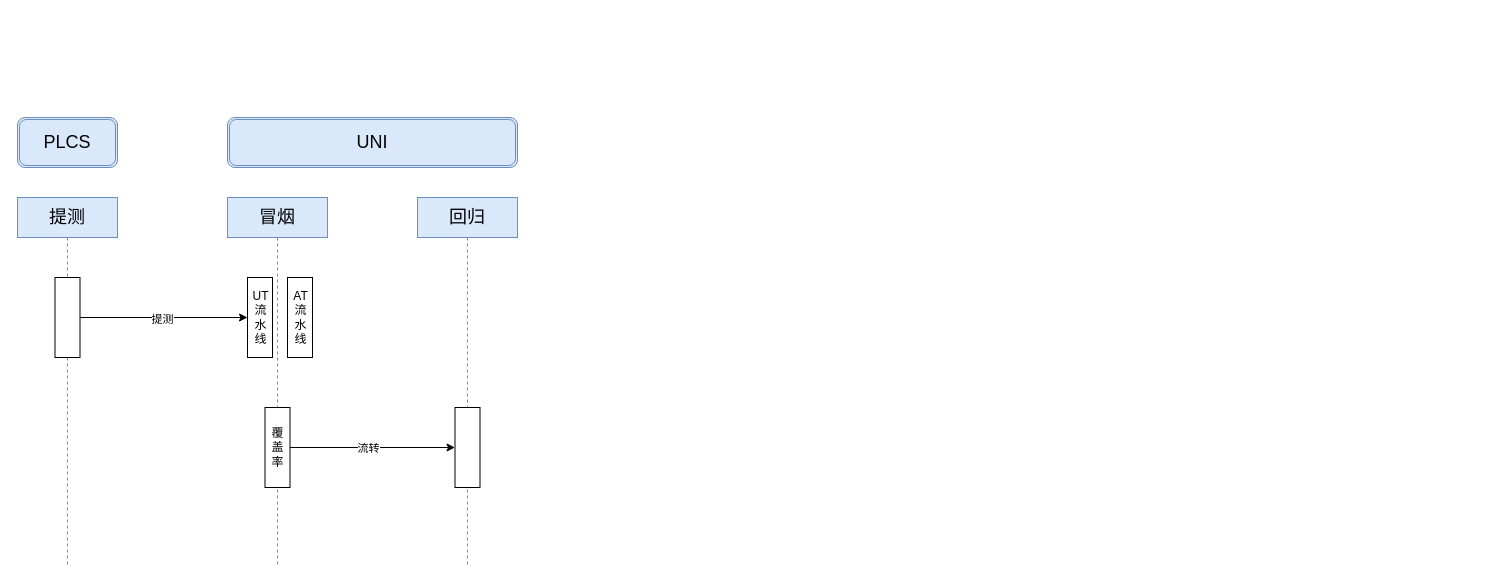
The draw.io diagram 唯品会/快验.drawio in CoconutLoveCoffee/diagrams, before the edit. Source tidied: cells renumbered, new cells numbered last; positions are measured from the earlier drawing's top-left corner, leaving out a move shared by most shapes. Both pictures are drawn from the tidied source at 100%, with x=0, y=0 at pixel (17, 117).
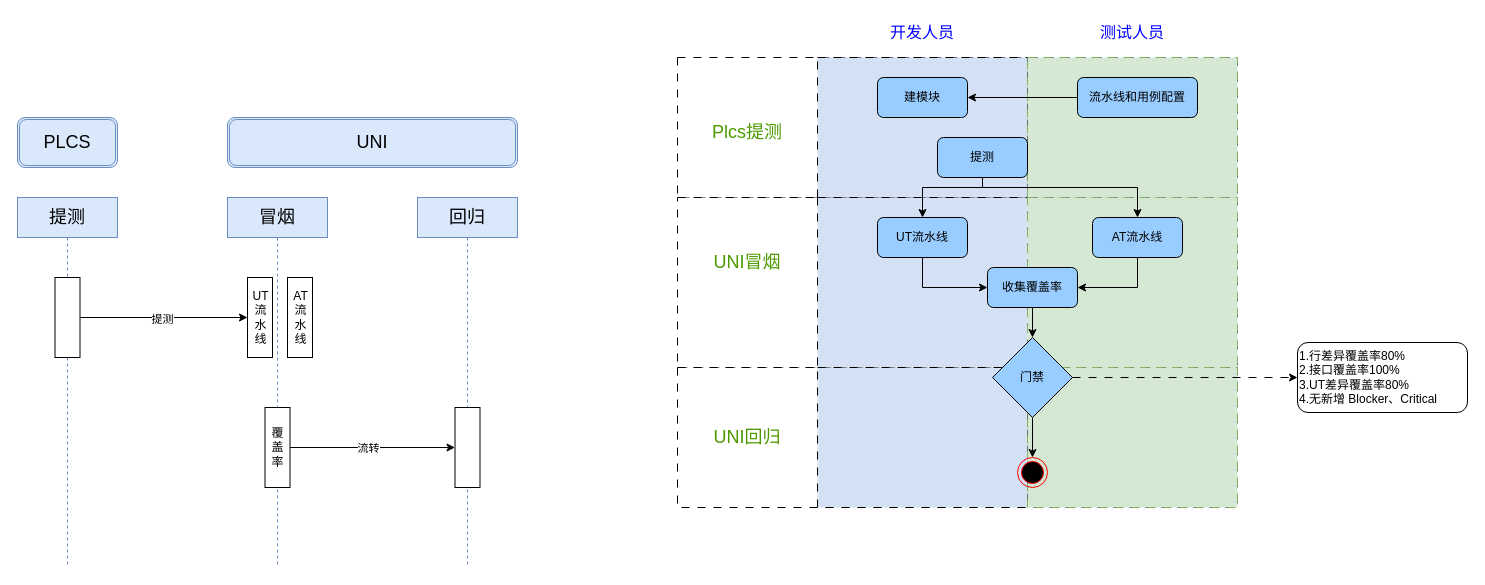
The same page after the edit.

Diff of the diagram source:
```diff
@@
+    <mxCell id="16" style="rounded=0;whiteSpace=wrap;html=1;dashed=1;dashPattern=8 8;" parent="1" vertex="1">
+      <mxGeometry x="660" y="-60" width="560" height="140" as="geometry" />
+    </mxCell>
@@
+    <mxCell id="17" style="rounded=0;whiteSpace=wrap;html=1;dashed=1;dashPattern=8 8;fillColor=#D4E1F5;" parent="1" vertex="1">
+      <mxGeometry x="800" y="-60" width="210" height="140" as="geometry" />
+    </mxCell>
+    <mxCell id="18" style="rounded=0;whiteSpace=wrap;html=1;dashed=1;dashPattern=8 8;fillColor=#d5e8d4;strokeColor=#82b366;" parent="1" vertex="1">
+      <mxGeometry x="1010" y="-60" width="210" height="140" as="geometry" />
+    </mxCell>
+    <mxCell id="19" style="rounded=0;whiteSpace=wrap;html=1;dashed=1;dashPattern=8 8;" parent="1" vertex="1">
+      <mxGeometry x="660" y="80" width="560" height="170" as="geometry" />
+    </mxCell>
+    <mxCell id="20" style="rounded=0;whiteSpace=wrap;html=1;dashed=1;dashPattern=8 8;fillColor=#D4E1F5;" parent="1" vertex="1">
+      <mxGeometry x="800" y="80" width="210" height="170" as="geometry" />
+    </mxCell>
+    <mxCell id="21" style="rounded=0;whiteSpace=wrap;html=1;dashed=1;dashPattern=8 8;fillColor=#d5e8d4;strokeColor=#82b366;" parent="1" vertex="1">
+      <mxGeometry x="1010" y="80" width="210" height="170" as="geometry" />
+    </mxCell>
+    <mxCell id="22" style="rounded=0;whiteSpace=wrap;html=1;dashed=1;dashPattern=8 8;" parent="1" vertex="1">
+      <mxGeometry x="660" y="250" width="560" height="140" as="geometry" />
+    </mxCell>
+    <mxCell id="23" style="rounded=0;whiteSpace=wrap;html=1;dashed=1;dashPattern=8 8;fillColor=#D4E1F5;" parent="1" vertex="1">
+      <mxGeometry x="800" y="250" width="210" height="140" as="geometry" />
+    </mxCell>
+    <mxCell id="24" style="rounded=0;whiteSpace=wrap;html=1;dashed=1;dashPattern=8 8;fillColor=#d5e8d4;strokeColor=#82b366;" parent="1" vertex="1">
+      <mxGeometry x="1010" y="250" width="210" height="140" as="geometry" />
+    </mxCell>
+    <mxCell id="25" value="&lt;font color=&quot;#4d9900&quot; style=&quot;font-size: 18px;&quot;&gt;Plcs提测&lt;/font&gt;" style="text;html=1;align=center;verticalAlign=middle;whiteSpace=wrap;rounded=0;" parent="1" vertex="1">
+      <mxGeometry x="670" width="120" height="30" as="geometry" />
+    </mxCell>
+    <mxCell id="26" value="&lt;font color=&quot;#4d9900&quot; style=&quot;font-size: 18px;&quot;&gt;UNI冒烟&lt;/font&gt;" style="text;html=1;align=center;verticalAlign=middle;whiteSpace=wrap;rounded=0;" parent="1" vertex="1">
+      <mxGeometry x="670" y="130" width="120" height="30" as="geometry" />
+    </mxCell>
+    <mxCell id="27" value="&lt;font color=&quot;#4d9900&quot; style=&quot;font-size: 18px;&quot;&gt;UNI回归&lt;/font&gt;" style="text;html=1;align=center;verticalAlign=middle;whiteSpace=wrap;rounded=0;" parent="1" vertex="1">
+      <mxGeometry x="670" y="305" width="120" height="30" as="geometry" />
+    </mxCell>
+    <mxCell id="28" value="&lt;font color=&quot;#0000ff&quot; style=&quot;font-size: 16px;&quot;&gt;开发人员&lt;/font&gt;" style="text;html=1;align=center;verticalAlign=middle;whiteSpace=wrap;rounded=0;" parent="1" vertex="1">
+      <mxGeometry x="845" y="-100" width="120" height="30" as="geometry" />
+    </mxCell>
+    <mxCell id="29" value="&lt;font color=&quot;#0000ff&quot; style=&quot;font-size: 16px;&quot;&gt;测试人员&lt;/font&gt;" style="text;html=1;align=center;verticalAlign=middle;whiteSpace=wrap;rounded=0;" parent="1" vertex="1">
+      <mxGeometry x="1055" y="-100" width="120" height="30" as="geometry" />
+    </mxCell>
+    <mxCell id="30" value="建模块" style="rounded=1;whiteSpace=wrap;html=1;fillColor=#99CCFF;" parent="1" vertex="1">
+      <mxGeometry x="860" y="-40" width="90" height="40" as="geometry" />
+    </mxCell>
+    <mxCell id="31" style="edgeStyle=orthogonalEdgeStyle;rounded=0;jettySize=auto;html=1;entryX=0;entryY=0.5;entryDx=0;entryDy=0;" parent="1" edge="1" source="32" target="41">
+      <mxGeometry relative="1" as="geometry">
+        <Array as="points">
+          <mxPoint x="905" y="170" />
+        </Array>
+      </mxGeometry>
+    </mxCell>
+    <mxCell id="32" value="UT流水线" style="rounded=1;whiteSpace=wrap;html=1;fillColor=#99CCFF;" parent="1" vertex="1">
+      <mxGeometry x="860" y="100" width="90" height="40" as="geometry" />
+    </mxCell>
+    <mxCell id="33" style="edgeStyle=orthogonalEdgeStyle;rounded=0;jettySize=auto;html=1;entryX=1;entryY=0.5;entryDx=0;entryDy=0;" parent="1" edge="1" source="34" target="41">
+      <mxGeometry relative="1" as="geometry">
+        <Array as="points">
+          <mxPoint x="1120" y="170" />
+        </Array>
+      </mxGeometry>
+    </mxCell>
+    <mxCell id="34" value="AT流水线" style="rounded=1;whiteSpace=wrap;html=1;fillColor=#99CCFF;" parent="1" vertex="1">
+      <mxGeometry x="1075" y="100" width="90" height="40" as="geometry" />
+    </mxCell>
+    <mxCell id="35" style="edgeStyle=orthogonalEdgeStyle;rounded=0;jettySize=auto;html=1;entryX=1;entryY=0.5;entryDx=0;entryDy=0;" parent="1" edge="1" source="36" target="30">
+      <mxGeometry relative="1" as="geometry" />
+    </mxCell>
+    <mxCell id="36" value="流水线和用例配置" style="rounded=1;whiteSpace=wrap;html=1;fillColor=#99CCFF;" parent="1" vertex="1">
+      <mxGeometry x="1060" y="-40" width="120" height="40" as="geometry" />
+    </mxCell>
+    <mxCell id="37" style="edgeStyle=orthogonalEdgeStyle;rounded=0;jettySize=auto;html=1;" parent="1" edge="1" source="39" target="32">
+      <mxGeometry relative="1" as="geometry">
+        <Array as="points">
+          <mxPoint x="965" y="70" />
+          <mxPoint x="905" y="70" />
+        </Array>
+      </mxGeometry>
+    </mxCell>
+    <mxCell id="38" style="edgeStyle=orthogonalEdgeStyle;rounded=0;jettySize=auto;html=1;entryX=0.5;entryY=0;entryDx=0;entryDy=0;" parent="1" edge="1" source="39" target="34">
+      <mxGeometry relative="1" as="geometry">
+        <Array as="points">
+          <mxPoint x="965" y="70" />
+          <mxPoint x="1120" y="70" />
+        </Array>
+      </mxGeometry>
+    </mxCell>
+    <mxCell id="39" value="提测" style="rounded=1;whiteSpace=wrap;html=1;fillColor=#99CCFF;" parent="1" vertex="1">
+      <mxGeometry x="920" y="20" width="90" height="40" as="geometry" />
+    </mxCell>
+    <mxCell id="40" style="edgeStyle=orthogonalEdgeStyle;rounded=0;jettySize=auto;html=1;" parent="1" edge="1" source="41" target="44">
+      <mxGeometry relative="1" as="geometry" />
+    </mxCell>
+    <mxCell id="41" value="收集覆盖率" style="rounded=1;whiteSpace=wrap;html=1;fillColor=#99CCFF;" parent="1" vertex="1">
+      <mxGeometry x="970" y="150" width="90" height="40" as="geometry" />
+    </mxCell>
+    <mxCell id="42" style="edgeStyle=orthogonalEdgeStyle;rounded=0;jettySize=auto;html=1;exitX=1;exitY=0.5;exitDx=0;exitDy=0;dashed=1;dashPattern=8 8;" parent="1" edge="1" source="44" target="45">
+      <mxGeometry relative="1" as="geometry" />
+    </mxCell>
+    <mxCell id="43" style="edgeStyle=orthogonalEdgeStyle;rounded=0;jettySize=auto;html=1;exitX=0.5;exitY=1;exitDx=0;exitDy=0;entryX=0.5;entryY=0;entryDx=0;entryDy=0;" parent="1" edge="1" source="44" target="46">
+      <mxGeometry relative="1" as="geometry" />
+    </mxCell>
+    <mxCell id="44" value="门禁" style="rhombus;whiteSpace=wrap;html=1;fillColor=#99CCFF;" parent="1" vertex="1">
+      <mxGeometry x="975" y="220" width="80" height="80" as="geometry" />
+    </mxCell>
+    <mxCell id="45" value="1.行差异覆盖率80%&lt;div&gt;2.接口覆盖率100%&lt;/div&gt;&lt;div&gt;3.UT差异覆盖率80%&lt;/div&gt;&lt;div&gt;4.无新增 Blocker、Critical&lt;/div&gt;" style="rounded=1;whiteSpace=wrap;html=1;align=left;" parent="1" vertex="1">
+      <mxGeometry x="1280" y="225" width="170" height="70" as="geometry" />
+    </mxCell>
+    <mxCell id="46" style="ellipse;html=1;shape=endState;fillColor=#000000;strokeColor=#ff0000;" parent="1" vertex="1">
+      <mxGeometry x="1000" y="340" width="30" height="30" as="geometry" />
+    </mxCell>
```
